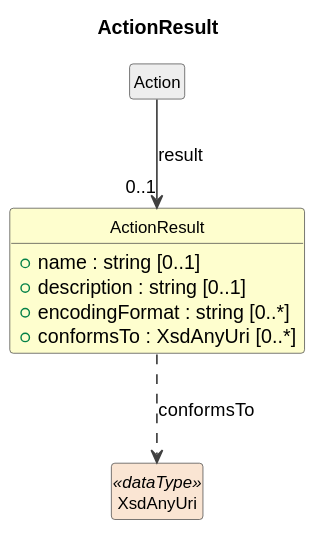
The PlantUML diagram cdif-uml-model/BasicDataDescription/Classes/ActionResult.svg in Cross-Domain-Interoperability-Framework/metadataBuildingBlocks, before a commit.
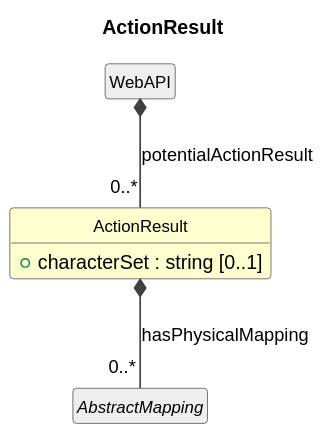
Above is the later version.

Change to the diagram source:
```diff
@@ -11,13 +11,10 @@
 }
 
 class "ActionResult" as ActionResult #FEFECE {
-  +name : string [0..1]
-  +description : string [0..1]
-  +encodingFormat : string [0..*]
-  +conformsTo : XsdAnyUri [0..*]
+  +characterSet : string [0..1]
 }
-class "Action" as Action #EEEEEE
-Action --> "0..1" ActionResult : result
-class "XsdAnyUri" as XsdAnyUri <<dataType>> #FAE5D3
-ActionResult ..> XsdAnyUri : conformsTo
+class "WebAPI" as WebAPI #EEEEEE
+WebAPI *-- "0..*" ActionResult : potentialActionResult
+abstract class "AbstractMapping" as AbstractMapping #EEEEEE
+ActionResult *-- "0..*" AbstractMapping : hasPhysicalMapping
 @enduml
```
